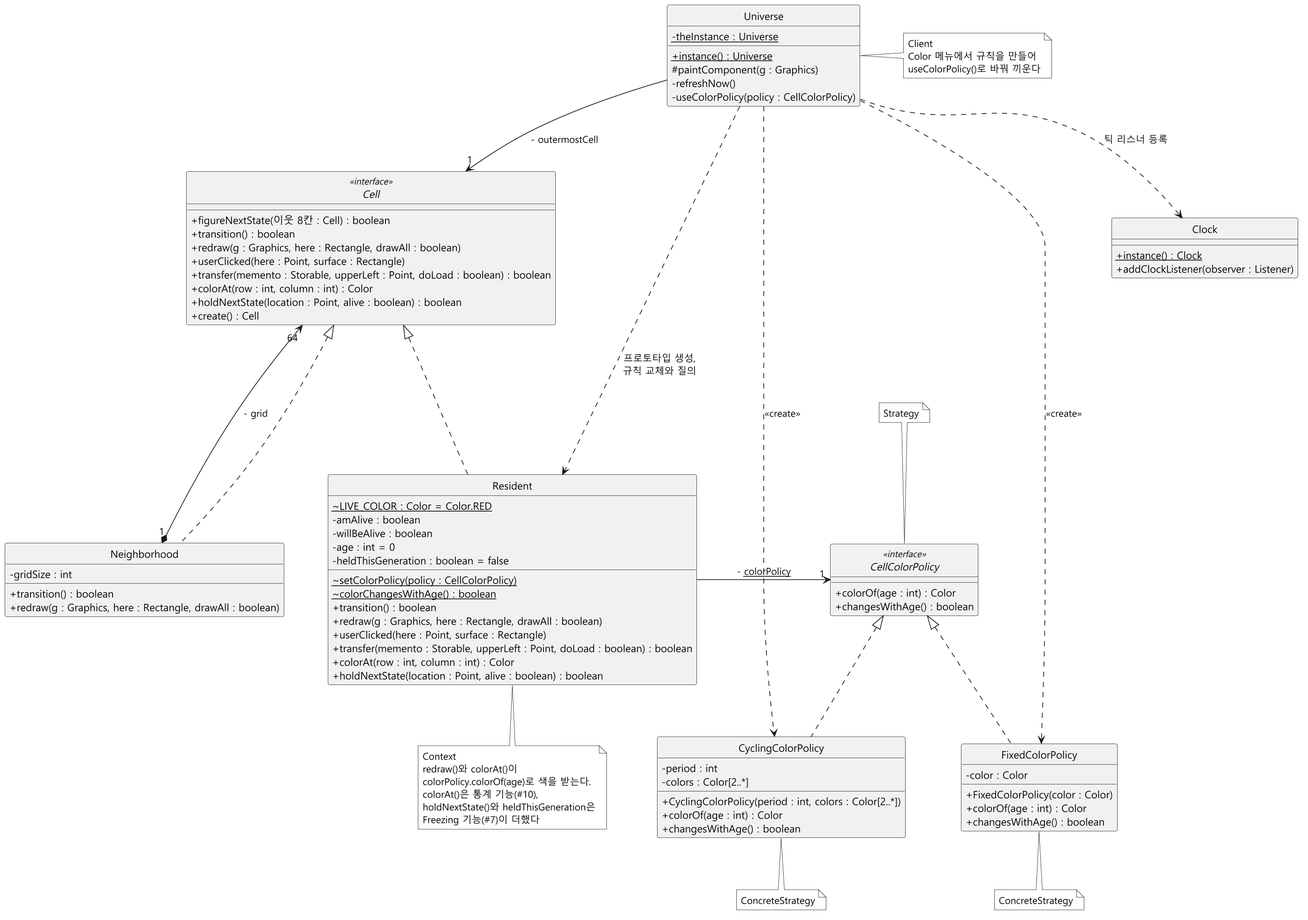
Before: docs/color-gen/diagrams/class-after.png, a diagram exported from PlantUML (mckimR1972/DP_team_project).
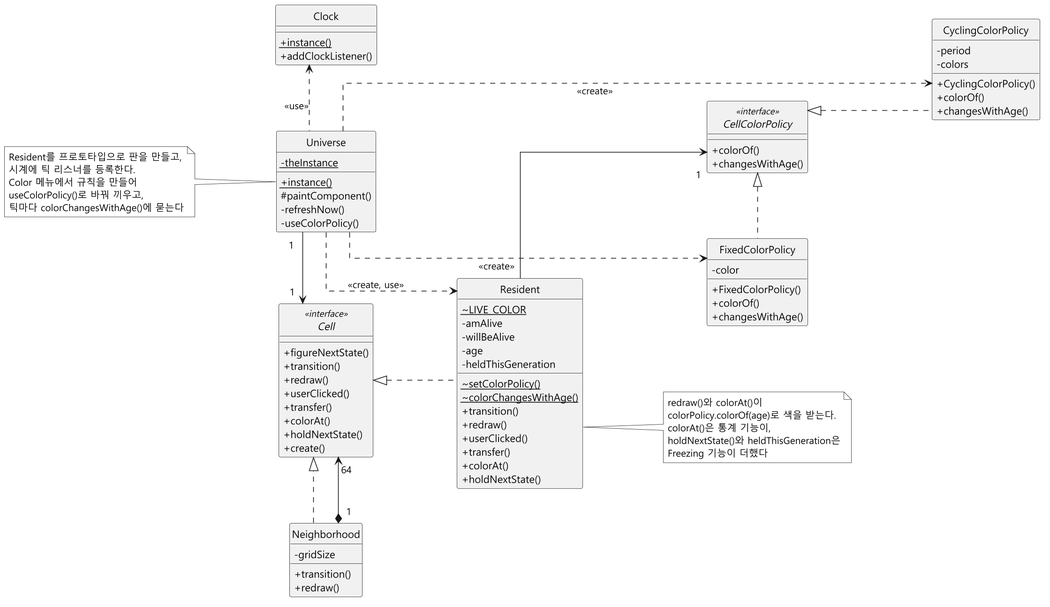
After the change.

Commit message:
docs: 클래스 다이어그램을 멤버 이름 수준으로 줄이고 가로 배치와 표준 스테레오타입으로 정리

What changed in the source:
```diff
@@ -5,102 +5,102 @@
 skinparam defaultFontName "Malgun Gothic"
 skinparam classAttributeIconSize 0
 hide circle
-skinparam ranksep 70
-skinparam nodesep 60
+left to right direction
+skinparam linetype ortho
+skinparam ranksep 110
+skinparam nodesep 90
 
 interface Cell <<interface>> {
-  + figureNextState(이웃 8칸 : Cell) : boolean
-  + transition() : boolean
-  + redraw(g : Graphics, here : Rectangle, drawAll : boolean)
-  + userClicked(here : Point, surface : Rectangle)
-  + transfer(memento : Storable, upperLeft : Point, doLoad : boolean) : boolean
-  + colorAt(row : int, column : int) : Color
-  + holdNextState(location : Point, alive : boolean) : boolean
-  + create() : Cell
+  + figureNextState()
+  + transition()
+  + redraw()
+  + userClicked()
+  + transfer()
+  + colorAt()
+  + holdNextState()
+  + create()
 }
 
 class Neighborhood {
-  - gridSize : int
-  + transition() : boolean
-  + redraw(g : Graphics, here : Rectangle, drawAll : boolean)
+  - gridSize
+  + transition()
+  + redraw()
 }
 
 class Resident {
-  ~ {static} LIVE_COLOR : Color = Color.RED
-  - amAlive : boolean
-  - willBeAlive : boolean
-  - age : int = 0
-  - heldThisGeneration : boolean = false
-  ~ {static} setColorPolicy(policy : CellColorPolicy)
-  ~ {static} colorChangesWithAge() : boolean
-  + transition() : boolean
-  + redraw(g : Graphics, here : Rectangle, drawAll : boolean)
-  + userClicked(here : Point, surface : Rectangle)
-  + transfer(memento : Storable, upperLeft : Point, doLoad : boolean) : boolean
-  + colorAt(row : int, column : int) : Color
-  + holdNextState(location : Point, alive : boolean) : boolean
+  ~ {static} LIVE_COLOR
+  - amAlive
+  - willBeAlive
+  - age
+  - heldThisGeneration
+  ~ {static} setColorPolicy()
+  ~ {static} colorChangesWithAge()
+  + transition()
+  + redraw()
+  + userClicked()
+  + transfer()
+  + colorAt()
+  + holdNextState()
 }
 
 interface CellColorPolicy <<interface>> {
-  + colorOf(age : int) : Color
-  + changesWithAge() : boolean
+  + colorOf()
+  + changesWithAge()
 }
 
 class FixedColorPolicy {
-  - color : Color
-  + FixedColorPolicy(color : Color)
-  + colorOf(age : int) : Color
-  + changesWithAge() : boolean
+  - color
+  + FixedColorPolicy()
+  + colorOf()
+  + changesWithAge()
 }
 
 class CyclingColorPolicy {
-  - period : int
-  - colors : Color[2..*]
-  + CyclingColorPolicy(period : int, colors : Color[2..*])
-  + colorOf(age : int) : Color
-  + changesWithAge() : boolean
+  - period
+  - colors
+  + CyclingColorPolicy()
+  + colorOf()
+  + changesWithAge()
 }
 
 class Universe {
-  - {static} theInstance : Universe
-  + {static} instance() : Universe
-  # paintComponent(g : Graphics)
+  - {static} theInstance
+  + {static} instance()
+  # paintComponent()
   - refreshNow()
-  - useColorPolicy(policy : CellColorPolicy)
+  - useColorPolicy()
 }
 
 class Clock {
-  + {static} instance() : Clock
-  + addClockListener(observer : Listener)
+  + {static} instance()
+  + addClockListener()
 }
 
-Cell <|... Neighborhood
+Cell <|.left. Neighborhood
 Cell <|.. Resident
-Neighborhood "1" *-up-> "64" Cell : - grid
-Neighborhood -[hidden]right- Resident
-Universe --> "1" Cell : - outermostCell
-Universe ..> Clock : 틱 리스너 등록
-Universe ..> Resident : 프로토타입 생성,\n규칙 교체와 질의
-CellColorPolicy <|.. FixedColorPolicy
+Neighborhood "<U+2003><U+2003><U+2003><U+2003>1" *-left-> "<U+2003><U+2003><U+2003><U+2003>64" Cell
+Universe "1<U+2003>" -right-> "1<U+2003>" Cell
+Universe .left.> Clock : <<use>>
+Universe ..> Resident : <U+2003><U+2003><U+2003><U+2003><U+2003><U+2003><U+2003><U+2003><U+2003><U+2003><U+2003><U+2003><U+2003><<create, use>>
+CellColorPolicy <|.right. FixedColorPolicy
 CellColorPolicy <|.. CyclingColorPolicy
-Resident -right-> "1" CellColorPolicy : - <u>colorPolicy</u>
+Resident --> "\n1" CellColorPolicy
 Universe ..> FixedColorPolicy : <<create>>
 Universe ..> CyclingColorPolicy : <<create>>
 
-note top of CellColorPolicy : Strategy
-note bottom of FixedColorPolicy : ConcreteStrategy
-note bottom of CyclingColorPolicy : ConcreteStrategy
-note bottom of Resident
-  Context
+
+note right of Resident
   redraw()와 colorAt()이
   colorPolicy.colorOf(age)로 색을 받는다.
-  colorAt()은 통계 기능(#10),
+  colorAt()은 통계 기능이,
   holdNextState()와 heldThisGeneration은
-  Freezing 기능(#7)이 더했다
+  Freezing 기능이 더했다
 end note
-note right of Universe
-  Client
+note left of Universe
+  Resident를 프로토타입으로 판을 만들고,
+  시계에 틱 리스너를 등록한다.
   Color 메뉴에서 규칙을 만들어
-  useColorPolicy()로 바꿔 끼운다
+  useColorPolicy()로 바꿔 끼우고,
+  틱마다 colorChangesWithAge()에 묻는다
 end note
 @enduml
```
